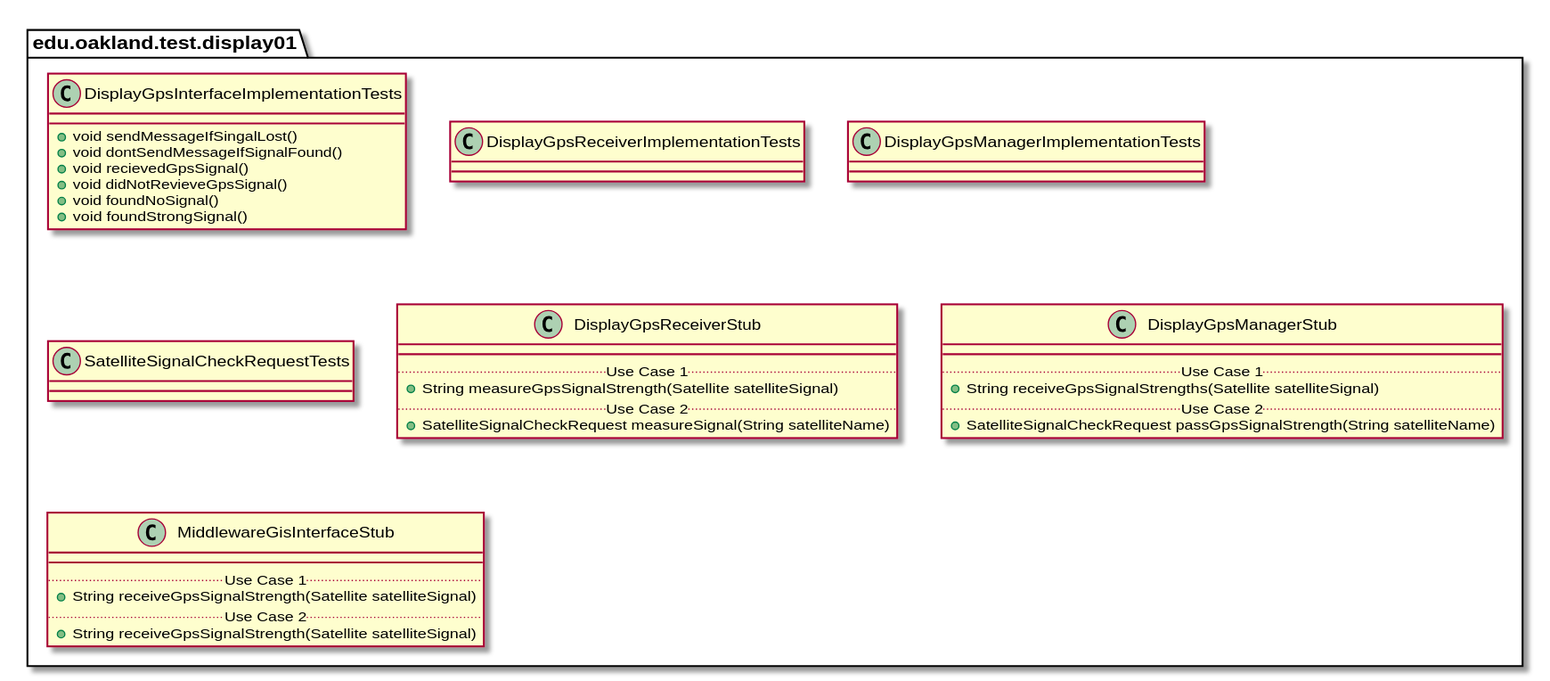
This is docs/uml-class-diagrams/display01/test/Display01TestPackage.svg from casher-ou/csi-3370-software-project, a PlantUML export, as it was before one commit.
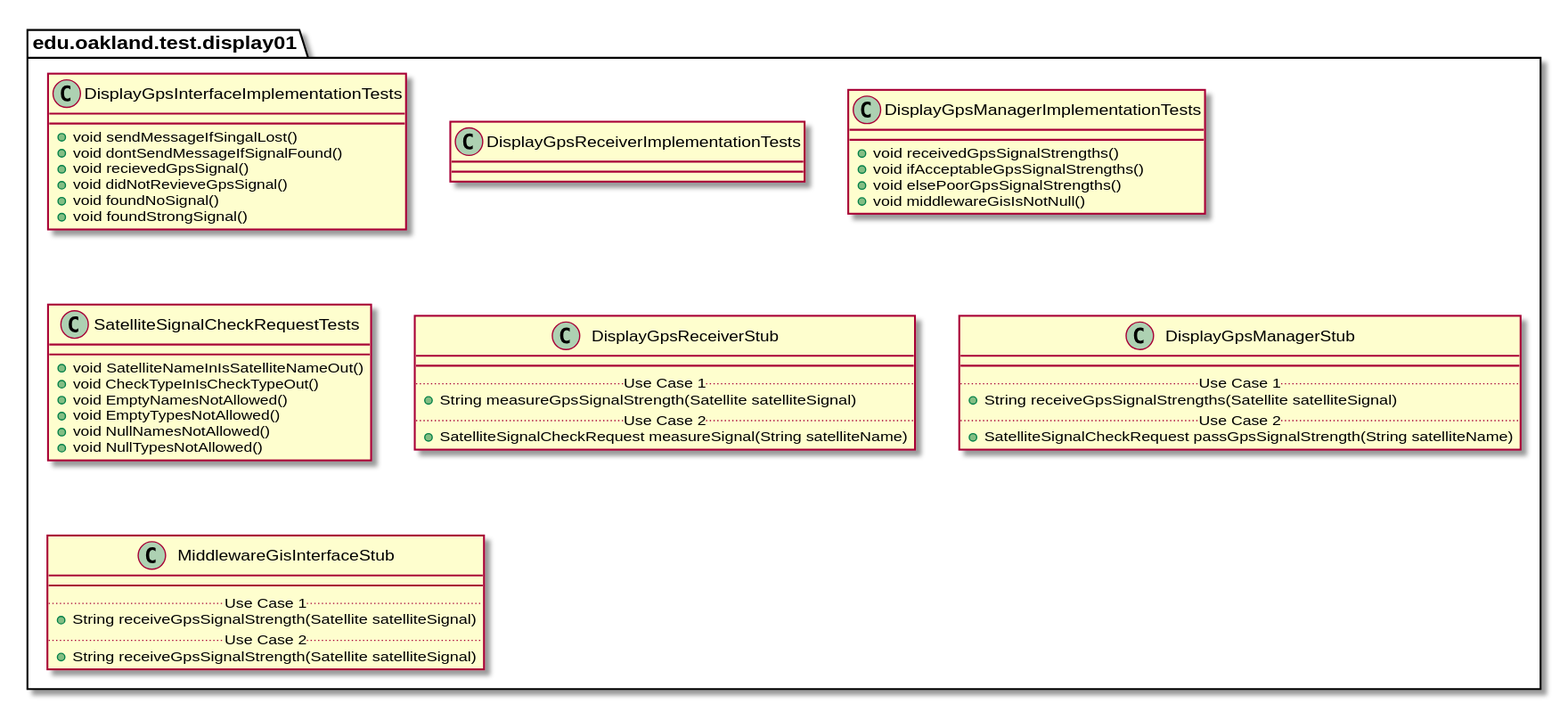
After the change.

Diff of the diagram source:
```diff
@@ -26,15 +26,23 @@
 
 package edu.oakland.test.display01 {
     class DisplayGpsManagerImplementationTests {
-
+        + void receivedGpsSignalStrengths()
+        + void ifAcceptableGpsSignalStrengths()
+        + void elsePoorGpsSignalStrengths()
+        + void middlewareGisIsNotNull()
     }
 }
 
 
 package edu.oakland.test.display01 {
-    class SatelliteSignalCheckRequestTests {
-
-    }
+  class SatelliteSignalCheckRequestTests {
+    + void SatelliteNameInIsSatelliteNameOut()
+    + void CheckTypeInIsCheckTypeOut()
+    + void EmptyNamesNotAllowed()
+    + void EmptyTypesNotAllowed()
+    + void NullNamesNotAllowed()
+    + void NullTypesNotAllowed()
+  }
 }
 
 
```
